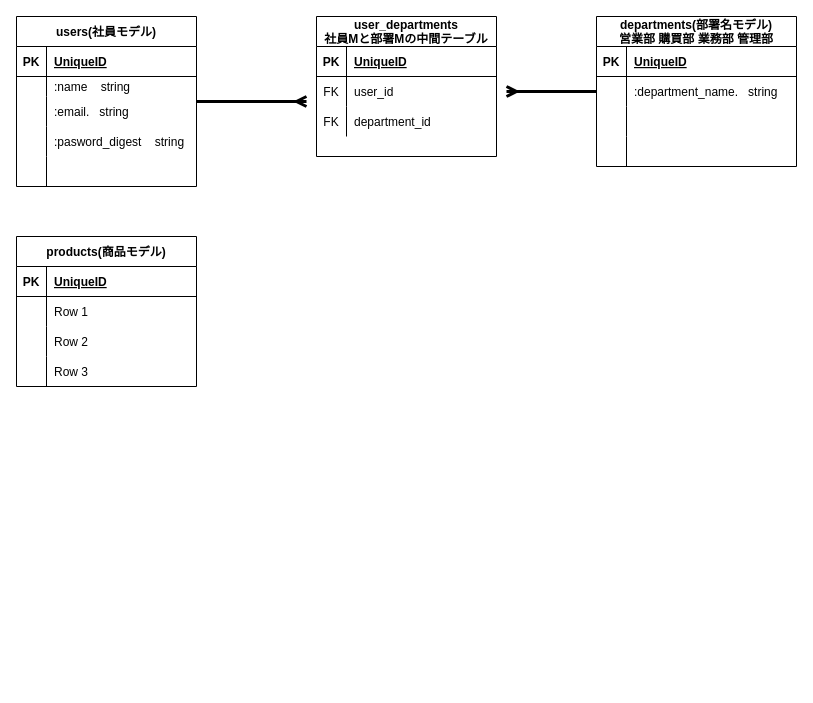
Above: ER.dio in Masakazu-Harada/Portforio_PriceList (draw.io), before the change. Source tidied: cells renumbered, new cells numbered last; positions are measured from the earlier drawing's top-left corner, leaving out a move shared by most shapes. Both pictures are drawn from the tidied source at 100%, with x=0, y=0 at pixel (16, 16).
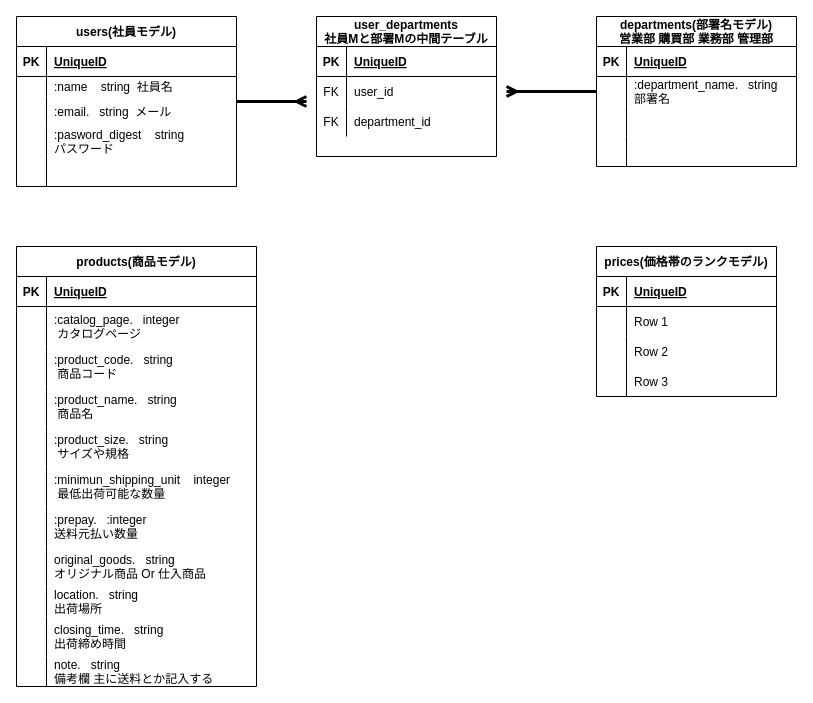
The same diagram, later.

Unchanged cells that the change refers to:
```xml
<mxCell id="23" style="shape=tableRow;horizontal=0;startSize=0;swimlaneHead=0;swimlaneBody=0;fillColor=none;points=[[0,0.5],[1,0.5]];portConstraint=eastwest;top=0;left=0;right=0;bottom=0;" parent="19" vertex="1">
  <mxGeometry y="60" width="200" height="30" as="geometry" />
</mxCell>
```

The edit, as a diff of the source:
```diff
@@
     <mxCell id="3" value="users(社員モデル)" style="shape=table;startSize=30;childLayout=tableLayout;rowLines=0;fontStyle=1;align=center;" parent="1" vertex="1">
-      <mxGeometry width="180" height="170" as="geometry" />
+      <mxGeometry width="220" height="170" as="geometry" />
     </mxCell>
     <mxCell id="4" style="shape=tableRow;horizontal=0;startSize=0;swimlaneHead=0;swimlaneBody=0;fillColor=none;top=0;left=0;right=0;bottom=1;" parent="3" vertex="1">
-      <mxGeometry y="30" width="180" height="30" as="geometry" />
+      <mxGeometry y="30" width="220" height="30" as="geometry" />
     </mxCell>
@@
     <mxCell id="6" value="UniqueID" style="shape=partialRectangle;fillColor=none;top=0;left=0;bottom=0;right=0;align=left;spacingLeft=6;fontStyle=5;overflow=hidden;" parent="4" vertex="1">
-      <mxGeometry x="30" width="150" height="30" as="geometry" />
+      <mxGeometry x="30" width="190" height="30" as="geometry" />
     </mxCell>
     <mxCell id="7" style="shape=tableRow;horizontal=0;startSize=0;swimlaneHead=0;swimlaneBody=0;fillColor=none;top=0;left=0;right=0;bottom=0;" parent="3" vertex="1">
-      <mxGeometry y="60" width="180" height="20" as="geometry" />
+      <mxGeometry y="60" width="220" height="20" as="geometry" />
     </mxCell>
@@
-    <mxCell id="9" value=":name    string" style="shape=partialRectangle;fillColor=none;top=0;left=0;bottom=0;right=0;align=left;spacingLeft=6;overflow=hidden;" parent="7" vertex="1">
-      <mxGeometry x="30" width="150" height="20" as="geometry" />
+    <mxCell id="9" value=":name    string  社員名" style="shape=partialRectangle;fillColor=none;top=0;left=0;bottom=0;right=0;align=left;spacingLeft=6;overflow=hidden;" parent="7" vertex="1">
+      <mxGeometry x="30" width="190" height="20" as="geometry" />
     </mxCell>
     <mxCell id="10" style="shape=tableRow;horizontal=0;startSize=0;swimlaneHead=0;swimlaneBody=0;fillColor=none;top=0;left=0;right=0;bottom=0;" parent="3" vertex="1">
-      <mxGeometry y="80" width="180" height="30" as="geometry" />
+      <mxGeometry y="80" width="220" height="30" as="geometry" />
     </mxCell>
@@
-    <mxCell id="12" value=":email.   string" style="shape=partialRectangle;fillColor=none;top=0;left=0;bottom=0;right=0;align=left;spacingLeft=6;overflow=hidden;" parent="10" vertex="1">
-      <mxGeometry x="30" width="150" height="30" as="geometry" />
+    <mxCell id="12" value=":email.   string  メール" style="shape=partialRectangle;fillColor=none;top=0;left=0;bottom=0;right=0;align=left;spacingLeft=6;overflow=hidden;" parent="10" vertex="1">
+      <mxGeometry x="30" width="190" height="30" as="geometry" />
     </mxCell>
     <mxCell id="13" style="shape=tableRow;horizontal=0;startSize=0;swimlaneHead=0;swimlaneBody=0;fillColor=none;top=0;left=0;right=0;bottom=0;" parent="3" vertex="1">
-      <mxGeometry y="110" width="180" height="30" as="geometry" />
+      <mxGeometry y="110" width="220" height="30" as="geometry" />
     </mxCell>
@@
-    <mxCell id="15" value=":pasword_digest    string" style="shape=partialRectangle;fillColor=none;top=0;left=0;bottom=0;right=0;align=left;spacingLeft=6;overflow=hidden;" parent="13" vertex="1">
-      <mxGeometry x="30" width="150" height="30" as="geometry" />
+    <mxCell id="15" value=":pasword_digest    string　&#10;パスワード" style="shape=partialRectangle;fillColor=none;top=0;left=0;bottom=0;right=0;align=left;spacingLeft=6;overflow=hidden;" parent="13" vertex="1">
+      <mxGeometry x="30" width="190" height="30" as="geometry" />
     </mxCell>
     <mxCell id="16" style="shape=tableRow;horizontal=0;startSize=0;swimlaneHead=0;swimlaneBody=0;fillColor=none;top=0;left=0;right=0;bottom=0;" parent="3" vertex="1">
-      <mxGeometry y="140" width="180" height="30" as="geometry" />
+      <mxGeometry y="140" width="220" height="30" as="geometry" />
     </mxCell>
@@
     <mxCell id="18" style="shape=partialRectangle;fillColor=none;top=0;left=0;bottom=0;right=0;align=left;spacingLeft=6;overflow=hidden;" parent="16" vertex="1">
-      <mxGeometry x="30" width="150" height="30" as="geometry" />
+      <mxGeometry x="30" width="190" height="30" as="geometry" />
     </mxCell>
@@
-    <mxCell id="25" value=":department_name.   string" style="shape=partialRectangle;fillColor=none;top=0;left=0;bottom=0;right=0;align=left;spacingLeft=6;overflow=hidden;" parent="23" vertex="1">
+    <mxCell id="25" value=":department_name.   string&#10;部署名" style="shape=partialRectangle;fillColor=none;top=0;left=0;bottom=0;right=0;align=left;spacingLeft=6;overflow=hidden;" parent="23" vertex="1">
       <mxGeometry x="30" width="170" height="30" as="geometry" />
     </mxCell>
@@
     <mxCell id="43" value="products(商品モデル)" style="shape=table;startSize=30;childLayout=tableLayout;rowLines=0;fontStyle=1;align=center;" parent="1" vertex="1">
-      <mxGeometry y="220" width="180" height="150" as="geometry" />
+      <mxGeometry y="230" width="240" height="440" as="geometry" />
     </mxCell>
     <mxCell id="44" style="shape=tableRow;horizontal=0;startSize=0;swimlaneHead=0;swimlaneBody=0;fillColor=none;top=0;left=0;right=0;bottom=1;" parent="43" vertex="1">
-      <mxGeometry y="30" width="180" height="30" as="geometry" />
+      <mxGeometry y="30" width="240" height="30" as="geometry" />
     </mxCell>
@@
     <mxCell id="46" value="UniqueID" style="shape=partialRectangle;fillColor=none;top=0;left=0;bottom=0;right=0;align=left;spacingLeft=6;fontStyle=5;overflow=hidden;" parent="44" vertex="1">
-      <mxGeometry x="30" width="150" height="30" as="geometry" />
+      <mxGeometry x="30" width="210" height="30" as="geometry" />
     </mxCell>
     <mxCell id="47" style="shape=tableRow;horizontal=0;startSize=0;swimlaneHead=0;swimlaneBody=0;fillColor=none;top=0;left=0;right=0;bottom=0;" parent="43" vertex="1">
-      <mxGeometry y="60" width="180" height="30" as="geometry" />
+      <mxGeometry y="60" width="240" height="40" as="geometry" />
     </mxCell>
     <mxCell id="48" style="shape=partialRectangle;fillColor=none;top=0;left=0;bottom=0;right=0;overflow=hidden;" parent="47" vertex="1">
-      <mxGeometry width="30" height="30" as="geometry" />
+      <mxGeometry width="30" height="40" as="geometry" />
     </mxCell>
-    <mxCell id="49" value="Row 1" style="shape=partialRectangle;fillColor=none;top=0;left=0;bottom=0;right=0;align=left;spacingLeft=6;overflow=hidden;" parent="47" vertex="1">
-      <mxGeometry x="30" width="150" height="30" as="geometry" />
+    <mxCell id="49" value=":catalog_page.   integer &#10; カタログページ" style="shape=partialRectangle;fillColor=none;top=0;left=0;bottom=0;right=0;align=left;spacingLeft=6;overflow=hidden;" parent="47" vertex="1">
+      <mxGeometry x="30" width="210" height="40" as="geometry" />
     </mxCell>
     <mxCell id="50" style="shape=tableRow;horizontal=0;startSize=0;swimlaneHead=0;swimlaneBody=0;fillColor=none;top=0;left=0;right=0;bottom=0;" parent="43" vertex="1">
-      <mxGeometry y="90" width="180" height="30" as="geometry" />
+      <mxGeometry y="100" width="240" height="40" as="geometry" />
     </mxCell>
     <mxCell id="51" style="shape=partialRectangle;fillColor=none;top=0;left=0;bottom=0;right=0;overflow=hidden;" parent="50" vertex="1">
-      <mxGeometry width="30" height="30" as="geometry" />
+      <mxGeometry width="30" height="40" as="geometry" />
     </mxCell>
-    <mxCell id="52" value="Row 2" style="shape=partialRectangle;fillColor=none;top=0;left=0;bottom=0;right=0;align=left;spacingLeft=6;overflow=hidden;" parent="50" vertex="1">
-      <mxGeometry x="30" width="150" height="30" as="geometry" />
+    <mxCell id="52" value=":product_code.   string &#10; 商品コード" style="shape=partialRectangle;fillColor=none;top=0;left=0;bottom=0;right=0;align=left;spacingLeft=6;overflow=hidden;" parent="50" vertex="1">
+      <mxGeometry x="30" width="210" height="40" as="geometry" />
     </mxCell>
     <mxCell id="53" style="shape=tableRow;horizontal=0;startSize=0;swimlaneHead=0;swimlaneBody=0;fillColor=none;top=0;left=0;right=0;bottom=0;" parent="43" vertex="1">
-      <mxGeometry y="120" width="180" height="30" as="geometry" />
+      <mxGeometry y="140" width="240" height="40" as="geometry" />
     </mxCell>
     <mxCell id="54" style="shape=partialRectangle;fillColor=none;top=0;left=0;bottom=0;right=0;overflow=hidden;" parent="53" vertex="1">
-      <mxGeometry width="30" height="30" as="geometry" />
+      <mxGeometry width="30" height="40" as="geometry" />
     </mxCell>
-    <mxCell id="55" value="Row 3" style="shape=partialRectangle;fillColor=none;top=0;left=0;bottom=0;right=0;align=left;spacingLeft=6;overflow=hidden;" parent="53" vertex="1">
-      <mxGeometry x="30" width="150" height="30" as="geometry" />
+    <mxCell id="55" value=":product_name.   string &#10; 商品名" style="shape=partialRectangle;fillColor=none;top=0;left=0;bottom=0;right=0;align=left;spacingLeft=6;overflow=hidden;" parent="53" vertex="1">
+      <mxGeometry x="30" width="210" height="40" as="geometry" />
     </mxCell>
+    <mxCell id="56" style="shape=tableRow;horizontal=0;startSize=0;swimlaneHead=0;swimlaneBody=0;fillColor=none;top=0;left=0;right=0;bottom=0;" parent="43" vertex="1">
+      <mxGeometry y="180" width="240" height="40" as="geometry" />
+    </mxCell>
+    <mxCell id="57" style="shape=partialRectangle;fillColor=none;top=0;left=0;bottom=0;right=0;overflow=hidden;" parent="56" vertex="1">
+      <mxGeometry width="30" height="40" as="geometry" />
+    </mxCell>
+    <mxCell id="58" value=":product_size.   string &#10; サイズや規格" style="shape=partialRectangle;fillColor=none;top=0;left=0;bottom=0;right=0;align=left;spacingLeft=6;overflow=hidden;" parent="56" vertex="1">
+      <mxGeometry x="30" width="210" height="40" as="geometry" />
+    </mxCell>
+    <mxCell id="59" style="shape=tableRow;horizontal=0;startSize=0;swimlaneHead=0;swimlaneBody=0;fillColor=none;top=0;left=0;right=0;bottom=0;" parent="43" vertex="1">
+      <mxGeometry y="220" width="240" height="40" as="geometry" />
+    </mxCell>
+    <mxCell id="60" style="shape=partialRectangle;fillColor=none;top=0;left=0;bottom=0;right=0;overflow=hidden;" parent="59" vertex="1">
+      <mxGeometry width="30" height="40" as="geometry" />
+    </mxCell>
+    <mxCell id="61" value=":minimun_shipping_unit    integer &#10; 最低出荷可能な数量" style="shape=partialRectangle;fillColor=none;top=0;left=0;bottom=0;right=0;align=left;spacingLeft=6;overflow=hidden;" parent="59" vertex="1">
+      <mxGeometry x="30" width="210" height="40" as="geometry" />
+    </mxCell>
+    <mxCell id="62" style="shape=tableRow;horizontal=0;startSize=0;swimlaneHead=0;swimlaneBody=0;fillColor=none;top=0;left=0;right=0;bottom=0;" parent="43" vertex="1">
+      <mxGeometry y="260" width="240" height="40" as="geometry" />
+    </mxCell>
+    <mxCell id="63" style="shape=partialRectangle;fillColor=none;top=0;left=0;bottom=0;right=0;overflow=hidden;" parent="62" vertex="1">
+      <mxGeometry width="30" height="40" as="geometry" />
+    </mxCell>
+    <mxCell id="64" value=":prepay.   :integer&#10;送料元払い数量" style="shape=partialRectangle;fillColor=none;top=0;left=0;bottom=0;right=0;align=left;spacingLeft=6;overflow=hidden;" parent="62" vertex="1">
+      <mxGeometry x="30" width="210" height="40" as="geometry" />
+    </mxCell>
+    <mxCell id="65" style="shape=tableRow;horizontal=0;startSize=0;swimlaneHead=0;swimlaneBody=0;fillColor=none;top=0;left=0;right=0;bottom=0;" parent="43" vertex="1">
+      <mxGeometry y="300" width="240" height="40" as="geometry" />
+    </mxCell>
+    <mxCell id="66" style="shape=partialRectangle;fillColor=none;top=0;left=0;bottom=0;right=0;overflow=hidden;" parent="65" vertex="1">
+      <mxGeometry width="30" height="40" as="geometry" />
+    </mxCell>
+    <mxCell id="67" value="original_goods.   string&#10;オリジナル商品 Or 仕入商品" style="shape=partialRectangle;fillColor=none;top=0;left=0;bottom=0;right=0;align=left;spacingLeft=6;overflow=hidden;" parent="65" vertex="1">
+      <mxGeometry x="30" width="210" height="40" as="geometry" />
+    </mxCell>
+    <mxCell id="68" style="shape=tableRow;horizontal=0;startSize=0;swimlaneHead=0;swimlaneBody=0;fillColor=none;top=0;left=0;right=0;bottom=0;" parent="43" vertex="1">
+      <mxGeometry y="340" width="240" height="30" as="geometry" />
+    </mxCell>
+    <mxCell id="69" style="shape=partialRectangle;fillColor=none;top=0;left=0;bottom=0;right=0;overflow=hidden;" parent="68" vertex="1">
+      <mxGeometry width="30" height="30" as="geometry" />
+    </mxCell>
+    <mxCell id="70" value="location.   string&#10;出荷場所" style="shape=partialRectangle;fillColor=none;top=0;left=0;bottom=0;right=0;align=left;spacingLeft=6;overflow=hidden;" parent="68" vertex="1">
+      <mxGeometry x="30" width="210" height="30" as="geometry" />
+    </mxCell>
+    <mxCell id="71" style="shape=tableRow;horizontal=0;startSize=0;swimlaneHead=0;swimlaneBody=0;fillColor=none;top=0;left=0;right=0;bottom=0;" parent="43" vertex="1">
+      <mxGeometry y="370" width="240" height="40" as="geometry" />
+    </mxCell>
+    <mxCell id="72" style="shape=partialRectangle;fillColor=none;top=0;left=0;bottom=0;right=0;overflow=hidden;" parent="71" vertex="1">
+      <mxGeometry width="30" height="40" as="geometry" />
+    </mxCell>
+    <mxCell id="73" value="closing_time.   string&#10;出荷締め時間" style="shape=partialRectangle;fillColor=none;top=0;left=0;bottom=0;right=0;align=left;spacingLeft=6;overflow=hidden;" parent="71" vertex="1">
+      <mxGeometry x="30" width="210" height="40" as="geometry" />
+    </mxCell>
+    <mxCell id="74" style="shape=tableRow;horizontal=0;startSize=0;swimlaneHead=0;swimlaneBody=0;fillColor=none;top=0;left=0;right=0;bottom=0;" parent="43" vertex="1">
+      <mxGeometry y="410" width="240" height="30" as="geometry" />
+    </mxCell>
+    <mxCell id="75" style="shape=partialRectangle;fillColor=none;top=0;left=0;bottom=0;right=0;overflow=hidden;" parent="74" vertex="1">
+      <mxGeometry width="30" height="30" as="geometry" />
+    </mxCell>
+    <mxCell id="76" value="note.   string&#10;備考欄 主に送料とか記入する" style="shape=partialRectangle;fillColor=none;top=0;left=0;bottom=0;right=0;align=left;spacingLeft=6;overflow=hidden;" parent="74" vertex="1">
+      <mxGeometry x="30" width="210" height="30" as="geometry" />
+    </mxCell>
+    <mxCell id="77" value="prices(価格帯のランクモデル)" style="shape=table;startSize=30;childLayout=tableLayout;rowLines=0;fontStyle=1;align=center;" parent="1" vertex="1">
+      <mxGeometry x="580" y="230" width="180" height="150" as="geometry" />
+    </mxCell>
+    <mxCell id="78" style="shape=tableRow;horizontal=0;startSize=0;swimlaneHead=0;swimlaneBody=0;fillColor=none;top=0;left=0;right=0;bottom=1;" parent="77" vertex="1">
+      <mxGeometry y="30" width="180" height="30" as="geometry" />
+    </mxCell>
+    <mxCell id="79" value="PK" style="shape=partialRectangle;fillColor=none;top=0;left=0;bottom=0;right=0;fontStyle=1;overflow=hidden;" parent="78" vertex="1">
+      <mxGeometry width="30" height="30" as="geometry" />
+    </mxCell>
+    <mxCell id="80" value="UniqueID" style="shape=partialRectangle;fillColor=none;top=0;left=0;bottom=0;right=0;align=left;spacingLeft=6;fontStyle=5;overflow=hidden;" parent="78" vertex="1">
+      <mxGeometry x="30" width="150" height="30" as="geometry" />
+    </mxCell>
+    <mxCell id="81" style="shape=tableRow;horizontal=0;startSize=0;swimlaneHead=0;swimlaneBody=0;fillColor=none;top=0;left=0;right=0;bottom=0;" parent="77" vertex="1">
+      <mxGeometry y="60" width="180" height="30" as="geometry" />
+    </mxCell>
+    <mxCell id="82" style="shape=partialRectangle;fillColor=none;top=0;left=0;bottom=0;right=0;overflow=hidden;" parent="81" vertex="1">
+      <mxGeometry width="30" height="30" as="geometry" />
+    </mxCell>
+    <mxCell id="83" value="Row 1" style="shape=partialRectangle;fillColor=none;top=0;left=0;bottom=0;right=0;align=left;spacingLeft=6;overflow=hidden;" parent="81" vertex="1">
+      <mxGeometry x="30" width="150" height="30" as="geometry" />
+    </mxCell>
+    <mxCell id="84" style="shape=tableRow;horizontal=0;startSize=0;swimlaneHead=0;swimlaneBody=0;fillColor=none;top=0;left=0;right=0;bottom=0;" parent="77" vertex="1">
+      <mxGeometry y="90" width="180" height="30" as="geometry" />
+    </mxCell>
+    <mxCell id="85" style="shape=partialRectangle;fillColor=none;top=0;left=0;bottom=0;right=0;overflow=hidden;" parent="84" vertex="1">
+      <mxGeometry width="30" height="30" as="geometry" />
+    </mxCell>
+    <mxCell id="86" value="Row 2" style="shape=partialRectangle;fillColor=none;top=0;left=0;bottom=0;right=0;align=left;spacingLeft=6;overflow=hidden;" parent="84" vertex="1">
+      <mxGeometry x="30" width="150" height="30" as="geometry" />
+    </mxCell>
+    <mxCell id="87" style="shape=tableRow;horizontal=0;startSize=0;swimlaneHead=0;swimlaneBody=0;fillColor=none;top=0;left=0;right=0;bottom=0;" parent="77" vertex="1">
+      <mxGeometry y="120" width="180" height="30" as="geometry" />
+    </mxCell>
+    <mxCell id="88" style="shape=partialRectangle;fillColor=none;top=0;left=0;bottom=0;right=0;overflow=hidden;" parent="87" vertex="1">
+      <mxGeometry width="30" height="30" as="geometry" />
+    </mxCell>
+    <mxCell id="89" value="Row 3" style="shape=partialRectangle;fillColor=none;top=0;left=0;bottom=0;right=0;align=left;spacingLeft=6;overflow=hidden;" parent="87" vertex="1">
+      <mxGeometry x="30" width="150" height="30" as="geometry" />
+    </mxCell>
```
